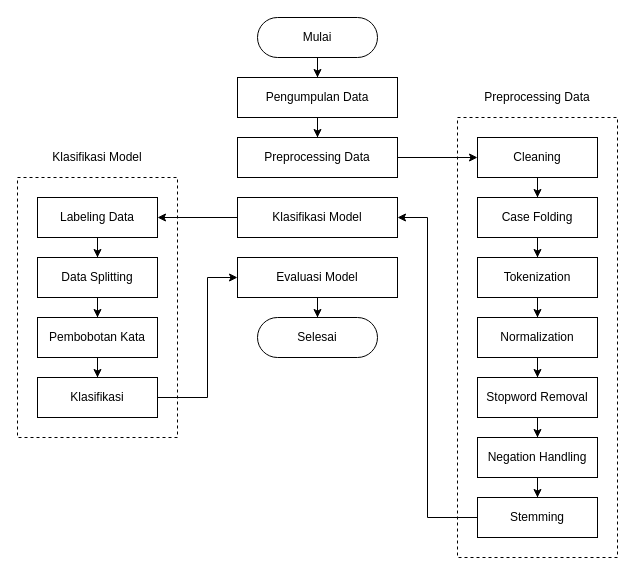
The draw.io diagram page "Flow 2" (2 of 11) of Untitled Diagram.drawio in mksyfla/analysis-sentiment-using-svm, before the edit. Source tidied: cells renumbered, new cells numbered last; positions are measured from the earlier drawing's top-left corner, leaving out a move shared by most shapes. Both pictures are drawn from the tidied source at 100%, with x=0, y=0 at pixel (17, 17).
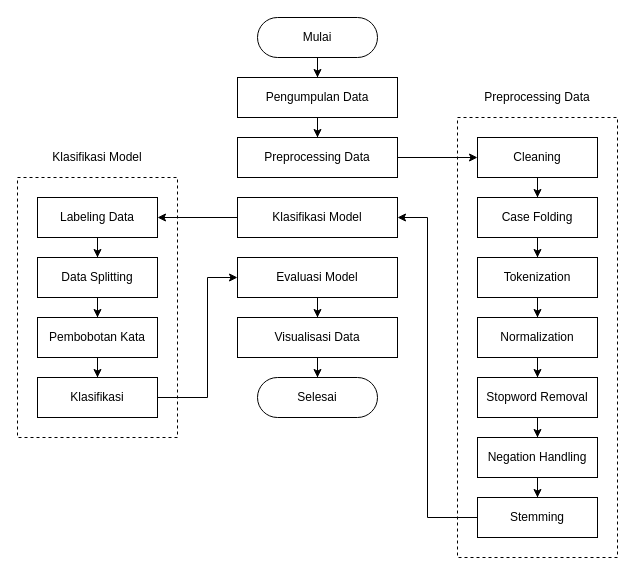
Above is the later version.

Unchanged cells that the change refers to:
```xml
<mxCell id="23" value="Evaluasi Model" style="html=1;dashed=0;whiteSpace=wrap;" parent="1" vertex="1">
  <mxGeometry x="220" y="240" width="160" height="40" as="geometry" />
</mxCell>
```

Change to the diagram source:
```diff
@@
-    <mxCell id="22" style="edgeStyle=orthogonalEdgeStyle;rounded=0;jettySize=auto;html=1;" parent="1" edge="1" source="23" target="32">
-      <mxGeometry relative="1" as="geometry" />
-    </mxCell>
+    <mxCell id="39" style="edgeStyle=orthogonalEdgeStyle;rounded=0;jettySize=auto;html=1;" parent="1" edge="1" source="23" target="41">
+      <mxGeometry relative="1" as="geometry" />
+    </mxCell>
@@
     <mxCell id="32" value="Selesai" style="html=1;dashed=0;whiteSpace=wrap;shape=mxgraph.dfd.start;" parent="1" vertex="1">
-      <mxGeometry x="240" y="300" width="120" height="40" as="geometry" />
+      <mxGeometry x="240" y="360" width="120" height="40" as="geometry" />
     </mxCell>
@@
+    <mxCell id="40" style="edgeStyle=orthogonalEdgeStyle;rounded=0;jettySize=auto;html=1;" parent="1" edge="1" source="41" target="32">
+      <mxGeometry relative="1" as="geometry" />
+    </mxCell>
+    <mxCell id="41" value="Visualisasi Data" style="html=1;dashed=0;whiteSpace=wrap;" parent="1" vertex="1">
+      <mxGeometry x="220" y="300" width="160" height="40" as="geometry" />
+    </mxCell>
```
